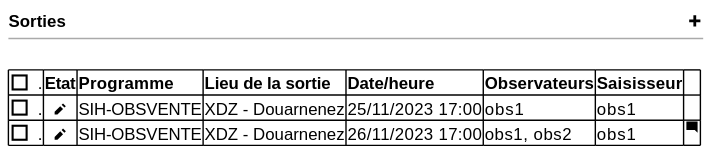
The PlantUML diagram projects/obsvente/spe/images/observed-location-table.svg in sumaris-net/sumaris-doc, before a commit. Its diagram source:
```plantuml
@startsalt
{
  <b>Sorties                                                                                                                                                    <&plus>
  --
  .
	{#

     [ ]. | <b>Etat | <b>Programme | <b>Lieu de la sortie | <b>Date/heure | <b>Observateurs | <b>Saisisseur | .
     [ ]. | <b>  <&pencil> | SIH-OBSVENTE | XDZ - Douarnenez | 25/11/2023 17:00 | obs1 | obs1
     [ ]. | <b>  <&pencil> | SIH-OBSVENTE | XDZ - Douarnenez | 26/11/2023 17:00 | obs1, obs2 | obs1 | <&comment-square>
    }

}
@endsalt
```
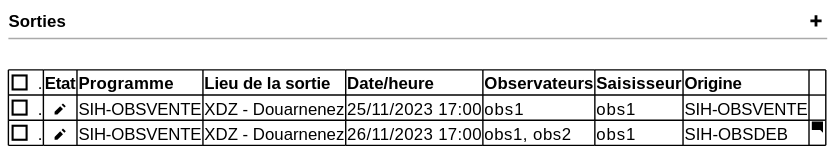
The same file after the commit.

Change to the diagram source:
```diff
@@ -1,13 +1,13 @@
 @startsalt
 {
-  <b>Sorties                                                                                                                                                    <&plus>
+  <b>Sorties                                                                                                                                                                                 <&plus>
   --
   .
 	{#
 
-     [ ]. | <b>Etat | <b>Programme | <b>Lieu de la sortie | <b>Date/heure | <b>Observateurs | <b>Saisisseur | .
-     [ ]. | <b>  <&pencil> | SIH-OBSVENTE | XDZ - Douarnenez | 25/11/2023 17:00 | obs1 | obs1
-     [ ]. | <b>  <&pencil> | SIH-OBSVENTE | XDZ - Douarnenez | 26/11/2023 17:00 | obs1, obs2 | obs1 | <&comment-square>
+     [ ]. | <b>Etat | <b>Programme | <b>Lieu de la sortie | <b>Date/heure | <b>Observateurs | <b>Saisisseur | <b>Origine | .
+     [ ]. | <b>  <&pencil> | SIH-OBSVENTE | XDZ - Douarnenez | 25/11/2023 17:00 | obs1 | obs1 | SIH-OBSVENTE
+     [ ]. | <b>  <&pencil> | SIH-OBSVENTE | XDZ - Douarnenez | 26/11/2023 17:00 | obs1, obs2 | obs1 | SIH-OBSDEB| <&comment-square>
     }
 
 }
```
